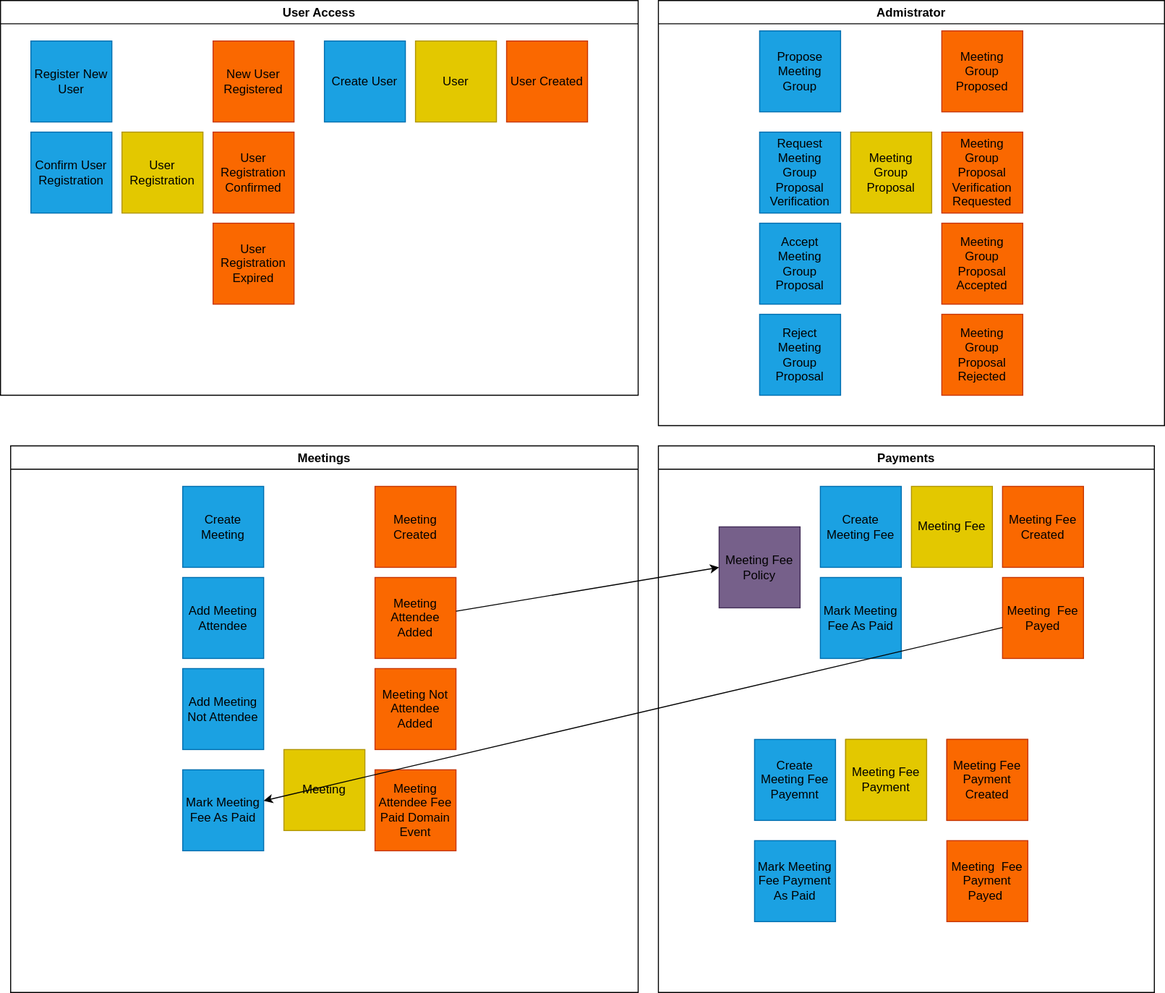
Earlier version of the draw.io export Images/EventStorming/4_劃分限界上下文.svg (ephebe/EventStormingPractice). Source tidied: cells renumbered, new cells last; positions are measured from the earlier drawing's top-left corner, leaving out a move shared by most shapes.
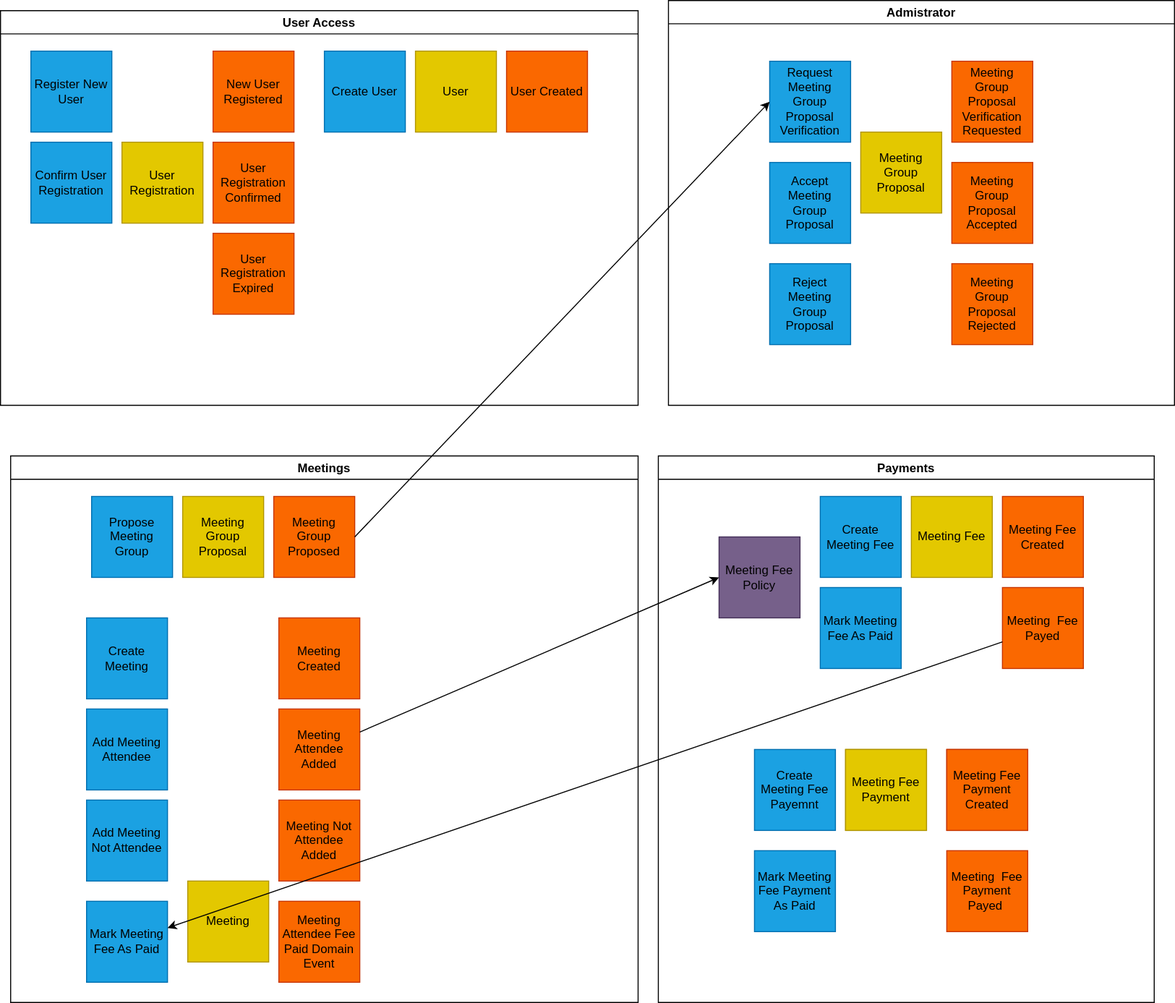
Above is the later version.

What changed in the source:
```diff
@@ -36,32 +36,41 @@
       <mxGeometry x="10" y="440" width="620" height="540" as="geometry" />
     </mxCell>
     <mxCell id="13" value="Create Meeting" style="whiteSpace=wrap;html=1;fontColor=#000000;fillColor=#1ba1e2;strokeColor=#006EAF;" parent="12" vertex="1">
-      <mxGeometry x="170" y="40" width="80" height="80" as="geometry" />
+      <mxGeometry x="75" y="160" width="80" height="80" as="geometry" />
     </mxCell>
     <mxCell id="14" value="Meeting" style="whiteSpace=wrap;html=1;fillColor=#e3c800;fontColor=#000000;strokeColor=#B09500;" parent="12" vertex="1">
-      <mxGeometry x="270" y="300" width="80" height="80" as="geometry" />
+      <mxGeometry x="175" y="420" width="80" height="80" as="geometry" />
     </mxCell>
     <mxCell id="15" value="&lt;span style=&quot;color: rgb(0 , 0 , 0)&quot;&gt;Meeting Created&lt;/span&gt;" style="whiteSpace=wrap;html=1;fontColor=#000000;fillColor=#fa6800;strokeColor=#C73500;" parent="12" vertex="1">
-      <mxGeometry x="360" y="40" width="80" height="80" as="geometry" />
+      <mxGeometry x="265" y="160" width="80" height="80" as="geometry" />
     </mxCell>
     <mxCell id="16" value="&lt;span style=&quot;color: rgb(0 , 0 , 0)&quot;&gt;Add Meeting Attendee&lt;/span&gt;" style="whiteSpace=wrap;html=1;fillColor=#1ba1e2;fontColor=#ffffff;strokeColor=#006EAF;" parent="12" vertex="1">
-      <mxGeometry x="170" y="130" width="80" height="80" as="geometry" />
+      <mxGeometry x="75" y="250" width="80" height="80" as="geometry" />
     </mxCell>
     <mxCell id="17" value="&lt;span style=&quot;color: rgb(0 , 0 , 0)&quot;&gt;Add Meeting Not Attendee&lt;/span&gt;" style="whiteSpace=wrap;html=1;fillColor=#1ba1e2;fontColor=#ffffff;strokeColor=#006EAF;" parent="12" vertex="1">
-      <mxGeometry x="170" y="220" width="80" height="80" as="geometry" />
+      <mxGeometry x="75" y="340" width="80" height="80" as="geometry" />
     </mxCell>
     <mxCell id="18" value="&lt;span style=&quot;color: rgb(0 , 0 , 0)&quot;&gt;Meeting Attendee Added&lt;/span&gt;" style="whiteSpace=wrap;html=1;fillColor=#fa6800;fontColor=#000000;strokeColor=#C73500;" parent="12" vertex="1">
-      <mxGeometry x="360" y="130" width="80" height="80" as="geometry" />
+      <mxGeometry x="265" y="250" width="80" height="80" as="geometry" />
     </mxCell>
     <mxCell id="19" value="&lt;span style=&quot;color: rgb(0 , 0 , 0)&quot;&gt;Meeting Not Attendee Added&lt;/span&gt;" style="whiteSpace=wrap;html=1;fillColor=#fa6800;fontColor=#000000;strokeColor=#C73500;" parent="12" vertex="1">
-      <mxGeometry x="360" y="220" width="80" height="80" as="geometry" />
+      <mxGeometry x="265" y="340" width="80" height="80" as="geometry" />
     </mxCell>
     <mxCell id="20" value="&lt;span&gt;Mark Meeting Fee As Paid&lt;/span&gt;" style="whiteSpace=wrap;html=1;fontColor=#000000;fillColor=#1ba1e2;strokeColor=#006EAF;" parent="12" vertex="1">
-      <mxGeometry x="170" y="320" width="80" height="80" as="geometry" />
+      <mxGeometry x="75" y="440" width="80" height="80" as="geometry" />
     </mxCell>
     <mxCell id="21" value="Meeting Attendee Fee Paid Domain Event" style="whiteSpace=wrap;html=1;fillColor=#fa6800;fontColor=#000000;strokeColor=#C73500;" parent="12" vertex="1">
-      <mxGeometry x="360" y="320" width="80" height="80" as="geometry" />
+      <mxGeometry x="265" y="440" width="80" height="80" as="geometry" />
     </mxCell>
+    <mxCell id="37" value="Propose Meeting Group" style="whiteSpace=wrap;html=1;fontColor=#000000;fillColor=#1ba1e2;strokeColor=#006EAF;" parent="12" vertex="1">
+      <mxGeometry x="80" y="40" width="80" height="80" as="geometry" />
+    </mxCell>
+    <mxCell id="38" value="&lt;span style=&quot;color: rgb(0 , 0 , 0)&quot;&gt;Meeting Group Proposed&lt;/span&gt;" style="whiteSpace=wrap;html=1;fillColor=#fa6800;fontColor=#000000;strokeColor=#C73500;" parent="12" vertex="1">
+      <mxGeometry x="260" y="40" width="80" height="80" as="geometry" />
+    </mxCell>
+    <mxCell id="48" value="Meeting Group Proposal" style="whiteSpace=wrap;html=1;fillColor=#e3c800;fontColor=#000000;strokeColor=#B09500;" parent="12" vertex="1">
+      <mxGeometry x="170" y="40" width="80" height="80" as="geometry" />
+    </mxCell>
     <mxCell id="22" value="Payments" style="swimlane;" parent="1" vertex="1">
       <mxGeometry x="650" y="440" width="490" height="540" as="geometry" />
     </mxCell>
@@ -105,34 +114,28 @@
       <mxGeometry x="60" y="80" width="80" height="80" as="geometry" />
     </mxCell>
     <mxCell id="36" value="Admistrator" style="swimlane;" parent="1" vertex="1">
-      <mxGeometry x="650" width="500" height="420" as="geometry" />
+      <mxGeometry x="660" y="-10" width="500" height="400" as="geometry" />
     </mxCell>
-    <mxCell id="37" value="Propose Meeting Group" style="whiteSpace=wrap;html=1;fontColor=#000000;fillColor=#1ba1e2;strokeColor=#006EAF;" parent="36" vertex="1">
-      <mxGeometry x="100" y="30" width="80" height="80" as="geometry" />
-    </mxCell>
-    <mxCell id="38" value="&lt;span style=&quot;color: rgb(0 , 0 , 0)&quot;&gt;Meeting Group Proposed&lt;/span&gt;" style="whiteSpace=wrap;html=1;fillColor=#fa6800;fontColor=#000000;strokeColor=#C73500;" parent="36" vertex="1">
-      <mxGeometry x="280" y="30" width="80" height="80" as="geometry" />
-    </mxCell>
     <mxCell id="39" value="Meeting Group Proposal" style="whiteSpace=wrap;html=1;fillColor=#e3c800;fontColor=#000000;strokeColor=#B09500;" parent="36" vertex="1">
       <mxGeometry x="190" y="130" width="80" height="80" as="geometry" />
     </mxCell>
     <mxCell id="40" value="Request Meeting Group Proposal Verification" style="whiteSpace=wrap;html=1;fontColor=#000000;fillColor=#1ba1e2;strokeColor=#006EAF;" parent="36" vertex="1">
-      <mxGeometry x="100" y="130" width="80" height="80" as="geometry" />
+      <mxGeometry x="100" y="60" width="80" height="80" as="geometry" />
     </mxCell>
     <mxCell id="41" value="&lt;span style=&quot;color: rgb(0 , 0 , 0)&quot;&gt;Meeting Group Proposal Verification Requested&lt;/span&gt;" style="whiteSpace=wrap;html=1;fontColor=#000000;fillColor=#fa6800;strokeColor=#C73500;" parent="36" vertex="1">
-      <mxGeometry x="280" y="130" width="80" height="80" as="geometry" />
+      <mxGeometry x="280" y="60" width="80" height="80" as="geometry" />
     </mxCell>
     <mxCell id="42" value="Accept Meeting Group Proposal" style="whiteSpace=wrap;html=1;fontColor=#000000;fillColor=#1ba1e2;strokeColor=#006EAF;" parent="36" vertex="1">
-      <mxGeometry x="100" y="220" width="80" height="80" as="geometry" />
+      <mxGeometry x="100" y="160" width="80" height="80" as="geometry" />
     </mxCell>
     <mxCell id="43" value="&lt;span style=&quot;color: rgb(0 , 0 , 0)&quot;&gt;Meeting Group Proposal Accepted&lt;/span&gt;" style="whiteSpace=wrap;html=1;fontColor=#000000;fillColor=#fa6800;strokeColor=#C73500;" parent="36" vertex="1">
-      <mxGeometry x="280" y="220" width="80" height="80" as="geometry" />
+      <mxGeometry x="280" y="160" width="80" height="80" as="geometry" />
     </mxCell>
     <mxCell id="44" value="Reject Meeting Group Proposal" style="whiteSpace=wrap;html=1;fontColor=#000000;fillColor=#1ba1e2;strokeColor=#006EAF;" parent="36" vertex="1">
-      <mxGeometry x="100" y="310" width="80" height="80" as="geometry" />
+      <mxGeometry x="100" y="260" width="80" height="80" as="geometry" />
     </mxCell>
     <mxCell id="45" value="&lt;span style=&quot;color: rgb(0 , 0 , 0)&quot;&gt;Meeting Group Proposal Rejected&lt;/span&gt;" style="whiteSpace=wrap;html=1;fontColor=#000000;fillColor=#fa6800;strokeColor=#C73500;" parent="36" vertex="1">
-      <mxGeometry x="280" y="310" width="80" height="80" as="geometry" />
+      <mxGeometry x="280" y="260" width="80" height="80" as="geometry" />
     </mxCell>
     <mxCell id="46" style="edgeStyle=none;html=1;entryX=0;entryY=0.5;entryDx=0;entryDy=0;" parent="1" edge="1" source="18" target="35">
       <mxGeometry relative="1" as="geometry" />
@@ -140,5 +143,8 @@
     <mxCell id="47" style="edgeStyle=none;html=1;" parent="1" edge="1" source="32" target="20">
       <mxGeometry relative="1" as="geometry" />
     </mxCell>
+    <mxCell id="49" style="endArrow=classic;html=1;exitX=1;exitY=0.5;exitDx=0;exitDy=0;entryX=0;entryY=0.5;entryDx=0;entryDy=0;" parent="1" edge="1" source="38" target="40">
+      <mxGeometry relative="1" as="geometry" />
+    </mxCell>
   </root>
 </mxGraphModel>
```
